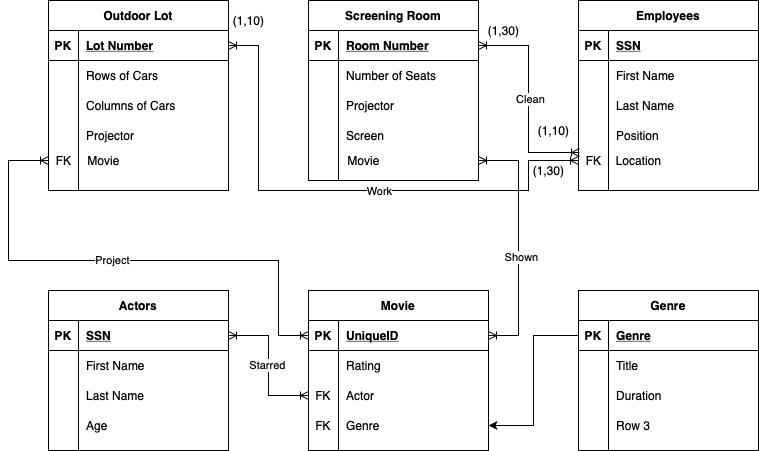
Before: images/Lab 2 210 Project ER Diagram.png, a diagram exported from draw.io (lqr5252/Lab-1). Source tidied: cells renumbered, new cells last; positions are measured from the earlier drawing's top-left corner, leaving out a move shared by most shapes.
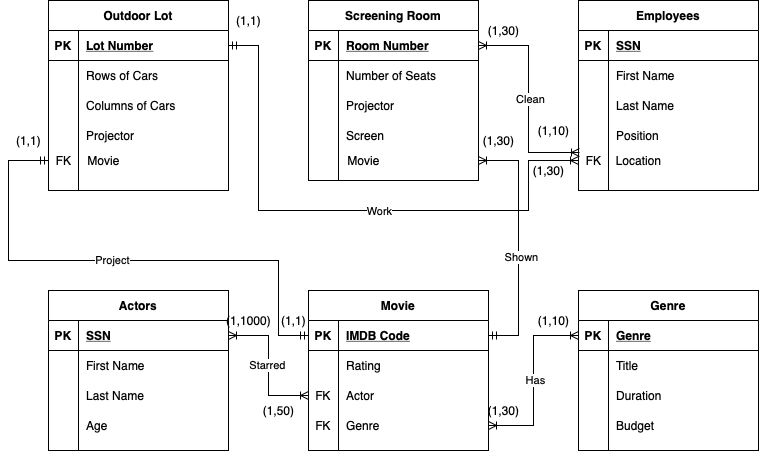
After the commit.

Diff of the diagram source:
```diff
@@ -38,7 +38,7 @@
     <mxCell id="13" style="shape=partialRectangle;fillColor=none;top=0;left=0;bottom=0;right=0;overflow=hidden;" parent="12" vertex="1">
       <mxGeometry width="30" height="30" as="geometry" />
     </mxCell>
-    <mxCell id="14" value="Row 3" style="shape=partialRectangle;fillColor=none;top=0;left=0;bottom=0;right=0;align=left;spacingLeft=6;overflow=hidden;" parent="12" vertex="1">
+    <mxCell id="14" value="Budget" style="shape=partialRectangle;fillColor=none;top=0;left=0;bottom=0;right=0;align=left;spacingLeft=6;overflow=hidden;" parent="12" vertex="1">
       <mxGeometry x="30" width="150" height="30" as="geometry" />
     </mxCell>
     <mxCell id="15" value="Movie" style="shape=table;startSize=30;rowLines=0;fontStyle=1;align=center;" parent="1" vertex="1">
@@ -50,7 +50,7 @@
     <mxCell id="17" value="PK" style="shape=partialRectangle;fillColor=none;top=0;left=0;bottom=0;right=0;fontStyle=1;overflow=hidden;" parent="16" vertex="1">
       <mxGeometry width="30" height="30" as="geometry" />
     </mxCell>
-    <mxCell id="18" value="UniqueID" style="shape=partialRectangle;fillColor=none;top=0;left=0;bottom=0;right=0;align=left;spacingLeft=6;fontStyle=5;overflow=hidden;" parent="16" vertex="1">
+    <mxCell id="18" value="IMDB Code" style="shape=partialRectangle;fillColor=none;top=0;left=0;bottom=0;right=0;align=left;spacingLeft=6;fontStyle=5;overflow=hidden;" parent="16" vertex="1">
       <mxGeometry x="30" width="150" height="30" as="geometry" />
     </mxCell>
     <mxCell id="19" style="shape=partialRectangle;fillColor=none;top=0;left=0;bottom=0;right=0;" parent="15" vertex="1">
@@ -119,9 +119,12 @@
     <mxCell id="40" value="Screen" style="shape=partialRectangle;fillColor=none;top=0;left=0;bottom=0;right=0;align=left;spacingLeft=6;overflow=hidden;" parent="38" vertex="1">
       <mxGeometry x="30" width="140" height="30" as="geometry" />
     </mxCell>
-    <mxCell id="41" style="edgeStyle=orthogonalEdgeStyle;rounded=0;jettySize=auto;html=1;exitX=0;exitY=0.5;exitDx=0;exitDy=0;entryX=1;entryY=0.5;entryDx=0;entryDy=0;" parent="1" edge="1" source="3" target="25">
+    <mxCell id="41" style="edgeStyle=orthogonalEdgeStyle;rounded=0;jettySize=auto;html=1;exitX=0;exitY=0.5;exitDx=0;exitDy=0;entryX=1;entryY=0.5;entryDx=0;entryDy=0;startArrow=ERoneToMany;startFill=0;endArrow=ERoneToMany;endFill=0;" parent="1" edge="1" source="3" target="25">
       <mxGeometry relative="1" as="geometry" />
     </mxCell>
+    <mxCell id="100" value="Has" style="edgeLabel;html=1;align=center;verticalAlign=middle;" parent="41" vertex="1">
+      <mxGeometry x="-0.01" y="1" relative="1" as="geometry" />
+    </mxCell>
     <mxCell id="42" value="Employees" style="shape=table;startSize=30;rowLines=0;fontStyle=1;align=center;" parent="1" vertex="1">
       <mxGeometry x="570" width="180" height="190" as="geometry" />
     </mxCell>
@@ -164,12 +167,12 @@
     <mxCell id="55" value="Location" style="text;html=1;align=center;verticalAlign=middle;" parent="1" vertex="1">
       <mxGeometry x="600" y="150" width="60" height="20" as="geometry" />
     </mxCell>
-    <mxCell id="56" style="edgeStyle=orthogonalEdgeStyle;rounded=0;jettySize=auto;html=1;entryX=1;entryY=0.5;entryDx=0;entryDy=0;startArrow=ERoneToMany;startFill=0;endArrow=ERoneToMany;endFill=0;" parent="1" edge="1" source="58" target="60">
+    <mxCell id="56" style="edgeStyle=orthogonalEdgeStyle;rounded=0;jettySize=auto;html=1;entryX=1;entryY=0.5;entryDx=0;entryDy=0;startArrow=ERoneToMany;startFill=0;endArrow=ERmandOne;endFill=0;" parent="1" edge="1" source="58" target="60">
       <mxGeometry relative="1" as="geometry">
         <Array as="points">
           <mxPoint x="520" y="160" />
-          <mxPoint x="520" y="190" />
-          <mxPoint x="250" y="190" />
+          <mxPoint x="520" y="210" />
+          <mxPoint x="250" y="210" />
           <mxPoint x="250" y="45" />
         </Array>
       </mxGeometry>
@@ -275,8 +278,8 @@
     <mxCell id="89" value="(1,30)" style="text;html=1;align=center;verticalAlign=middle;" parent="1" vertex="1">
       <mxGeometry x="515" y="160" width="50" height="20" as="geometry" />
     </mxCell>
-    <mxCell id="90" value="(1,10)" style="text;html=1;align=center;verticalAlign=middle;" parent="1" vertex="1">
-      <mxGeometry x="215" y="10" width="50" height="20" as="geometry" />
+    <mxCell id="90" value="(1,1)" style="text;html=1;align=center;verticalAlign=middle;" parent="1" vertex="1">
+      <mxGeometry x="220" y="10" width="40" height="20" as="geometry" />
     </mxCell>
     <mxCell id="91" value="Movie" style="text;html=1;align=center;verticalAlign=middle;" parent="1" vertex="1">
       <mxGeometry x="330" y="150" width="50" height="20" as="geometry" />
@@ -290,7 +293,7 @@
     <mxCell id="94" value="Starred" style="edgeLabel;html=1;align=center;verticalAlign=middle;" parent="93" vertex="1">
       <mxGeometry x="-0.01" y="-2" relative="1" as="geometry" />
     </mxCell>
-    <mxCell id="95" style="edgeStyle=orthogonalEdgeStyle;rounded=0;jettySize=auto;html=1;exitX=0;exitY=0.5;exitDx=0;exitDy=0;startArrow=ERoneToMany;startFill=0;endArrow=ERoneToMany;endFill=0;" parent="1" edge="1" source="16">
+    <mxCell id="95" style="edgeStyle=orthogonalEdgeStyle;rounded=0;jettySize=auto;html=1;exitX=0;exitY=0.5;exitDx=0;exitDy=0;startArrow=ERmandOne;startFill=0;endArrow=ERmandOne;endFill=0;" parent="1" edge="1" source="16">
       <mxGeometry relative="1" as="geometry">
         <mxPoint x="40" y="160" as="targetPoint" />
         <Array as="points">
@@ -307,7 +310,7 @@
     <mxCell id="97" value="FK" style="text;html=1;align=center;verticalAlign=middle;" parent="1" vertex="1">
       <mxGeometry x="40" y="150" width="30" height="20" as="geometry" />
     </mxCell>
-    <mxCell id="98" style="edgeStyle=orthogonalEdgeStyle;rounded=0;jettySize=auto;html=1;exitX=1;exitY=0.5;exitDx=0;exitDy=0;startArrow=ERoneToMany;startFill=0;endArrow=ERoneToMany;endFill=0;" parent="1" edge="1" source="16">
+    <mxCell id="98" style="edgeStyle=orthogonalEdgeStyle;rounded=0;jettySize=auto;html=1;exitX=1;exitY=0.5;exitDx=0;exitDy=0;startArrow=ERmandOne;startFill=0;endArrow=ERoneToMany;endFill=0;" parent="1" edge="1" source="16">
       <mxGeometry relative="1" as="geometry">
         <mxPoint x="470" y="160" as="targetPoint" />
         <Array as="points">
@@ -319,5 +322,26 @@
     <mxCell id="99" value="Shown" style="edgeLabel;html=1;align=center;verticalAlign=middle;" parent="98" vertex="1">
       <mxGeometry x="-0.11" y="-2" relative="1" as="geometry" />
     </mxCell>
+    <mxCell id="101" value="(1,30)" style="text;html=1;align=center;verticalAlign=middle;" parent="1" vertex="1">
+      <mxGeometry x="470" y="400" width="50" height="20" as="geometry" />
+    </mxCell>
+    <mxCell id="102" value="(1,10)" style="text;html=1;align=center;verticalAlign=middle;" parent="1" vertex="1">
+      <mxGeometry x="520" y="310" width="50" height="20" as="geometry" />
+    </mxCell>
+    <mxCell id="103" value="(1,50)" style="text;html=1;align=center;verticalAlign=middle;" parent="1" vertex="1">
+      <mxGeometry x="245" y="400" width="50" height="20" as="geometry" />
+    </mxCell>
+    <mxCell id="104" value="(1,1000)" style="text;html=1;align=center;verticalAlign=middle;" parent="1" vertex="1">
+      <mxGeometry x="210" y="310" width="60" height="20" as="geometry" />
+    </mxCell>
+    <mxCell id="105" value="(1,1)" style="text;html=1;align=center;verticalAlign=middle;" parent="1" vertex="1">
+      <mxGeometry x="265" y="310" width="40" height="20" as="geometry" />
+    </mxCell>
+    <mxCell id="106" value="(1,1)" style="text;html=1;align=center;verticalAlign=middle;" parent="1" vertex="1">
+      <mxGeometry y="130" width="40" height="20" as="geometry" />
+    </mxCell>
+    <mxCell id="107" value="(1,30)" style="text;html=1;align=center;verticalAlign=middle;" parent="1" vertex="1">
+      <mxGeometry x="465" y="130" width="50" height="20" as="geometry" />
+    </mxCell>
   </root>
 </mxGraphModel>
```
